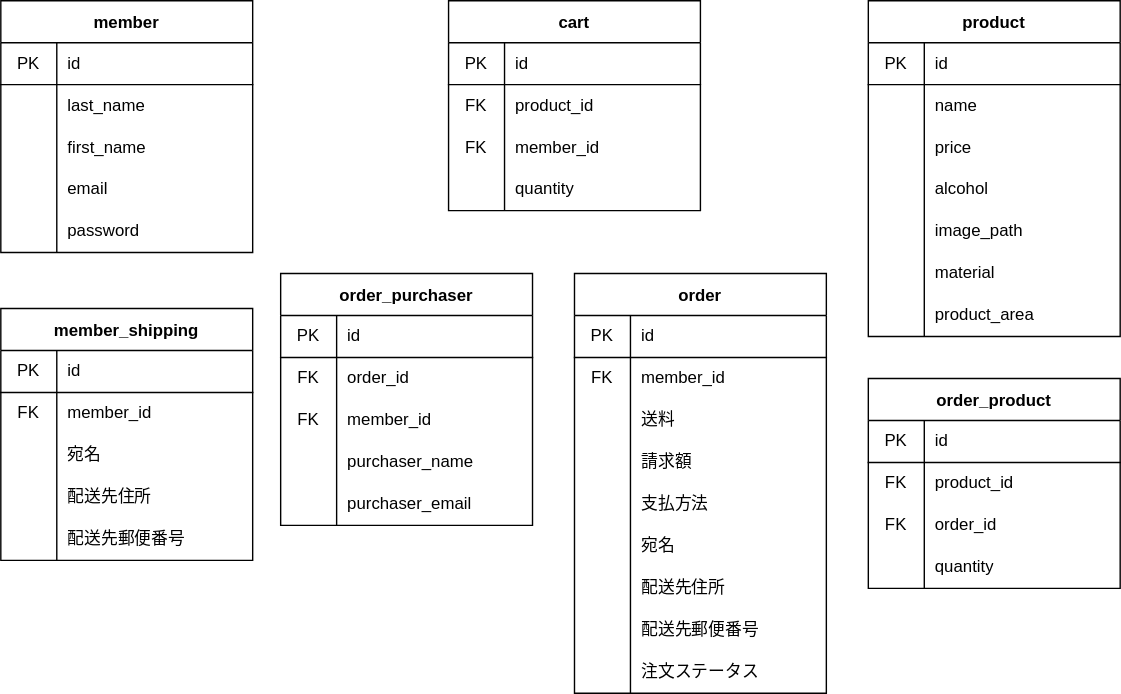
shunjuio/ec_app_nomura keeps this draw.io diagram as ecapp.drawio.svg. Above is the earlier version. Source tidied: cells renumbered, new cells last; positions are measured from the earlier drawing's top-left corner, leaving out a move shared by most shapes.
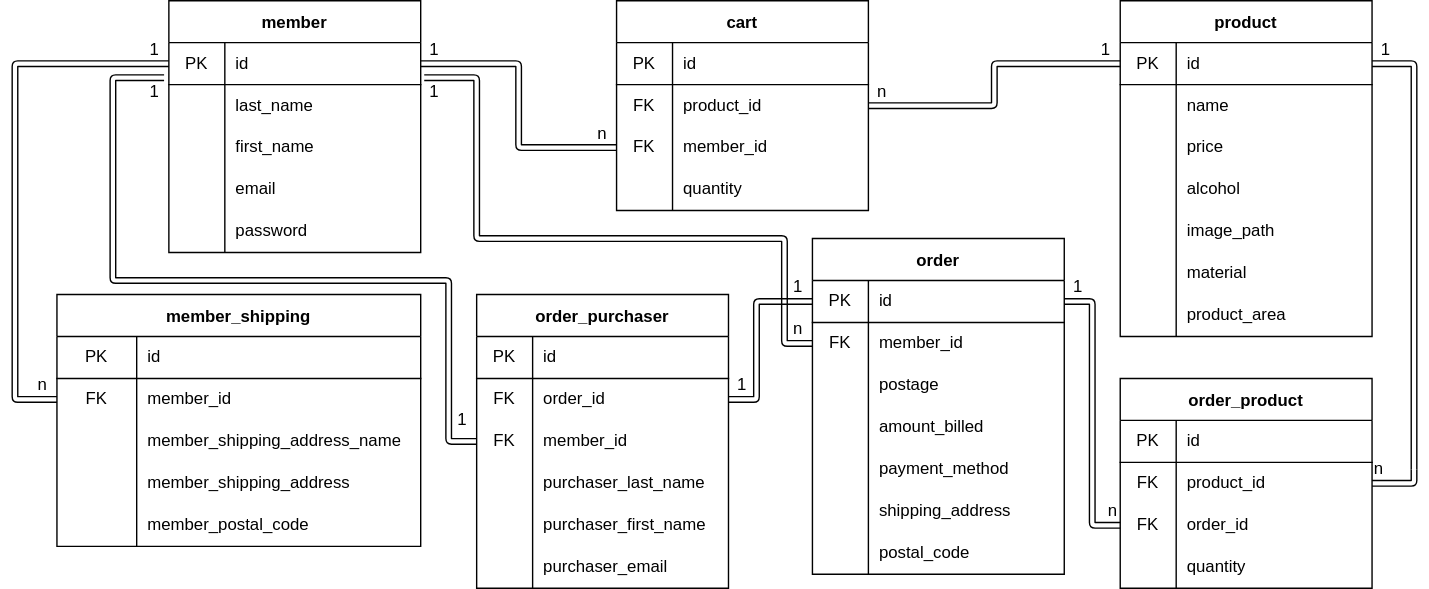
The same diagram one commit later.

Commit message:
completion of ER fig

Diff of the diagram source:
```diff
@@ -92,3 +92,3 @@
     <mxCell id="31" value="product" style="shape=table;startSize=30;rowLines=0;fontStyle=1;align=center;" parent="1" vertex="1">
-      <mxGeometry x="620" width="180" height="240" as="geometry" />
+      <mxGeometry x="680" width="180" height="240" as="geometry" />
     </mxCell>
@@ -158,51 +158,51 @@
     <mxCell id="53" value="member_shipping" style="shape=table;startSize=30;rowLines=0;fontStyle=1;align=center;" parent="1" vertex="1">
-      <mxGeometry y="220" width="180" height="180" as="geometry" />
+      <mxGeometry x="-80" y="210" width="260" height="180" as="geometry" />
     </mxCell>
     <mxCell id="54" style="shape=partialRectangle;html=1;whiteSpace=wrap;fillColor=none;top=0;left=0;bottom=1;right=0;" parent="53" vertex="1">
-      <mxGeometry y="30" width="180" height="30" as="geometry" />
+      <mxGeometry y="30" width="260" height="30" as="geometry" />
     </mxCell>
     <mxCell id="55" value="PK" style="shape=partialRectangle;html=1;whiteSpace=wrap;fillColor=none;top=0;left=0;bottom=0;right=0;overflow=hidden;" parent="54" vertex="1">
-      <mxGeometry width="40" height="30" as="geometry" />
+      <mxGeometry width="57" height="30" as="geometry" />
     </mxCell>
     <mxCell id="56" value="id" style="shape=partialRectangle;html=1;whiteSpace=wrap;fillColor=none;top=0;left=0;bottom=0;right=0;align=left;spacingLeft=6;overflow=hidden;" parent="54" vertex="1">
-      <mxGeometry x="40" width="140" height="30" as="geometry" />
+      <mxGeometry x="57" width="203" height="30" as="geometry" />
     </mxCell>
     <mxCell id="57" style="shape=partialRectangle;html=1;whiteSpace=wrap;fillColor=none;top=0;left=0;bottom=0;right=0;points=[[0,0.5],[1,0.5]];portConstraint=eastwest;" parent="53" vertex="1">
-      <mxGeometry y="60" width="180" height="30" as="geometry" />
+      <mxGeometry y="60" width="260" height="30" as="geometry" />
     </mxCell>
     <mxCell id="58" value="FK" style="shape=partialRectangle;html=1;whiteSpace=wrap;fillColor=none;top=0;left=0;bottom=0;right=0;overflow=hidden;" parent="57" vertex="1">
-      <mxGeometry width="40" height="30" as="geometry" />
+      <mxGeometry width="57" height="30" as="geometry" />
     </mxCell>
     <mxCell id="59" value="member_id" style="shape=partialRectangle;html=1;whiteSpace=wrap;fillColor=none;top=0;left=0;bottom=0;right=0;align=left;spacingLeft=6;overflow=hidden;" parent="57" vertex="1">
-      <mxGeometry x="40" width="140" height="30" as="geometry" />
+      <mxGeometry x="57" width="203" height="30" as="geometry" />
     </mxCell>
-    <mxCell id="60" style="shape=partialRectangle;html=1;whiteSpace=wrap;fillColor=none;top=0;left=0;bottom=0;right=0;" parent="53" vertex="1">
-      <mxGeometry y="90" width="180" height="30" as="geometry" />
-    </mxCell>
-    <mxCell id="61" style="shape=partialRectangle;html=1;whiteSpace=wrap;fillColor=none;top=0;left=0;bottom=0;right=0;overflow=hidden;" parent="60" vertex="1">
-      <mxGeometry width="40" height="30" as="geometry" />
-    </mxCell>
-    <mxCell id="62" value="宛名" style="shape=partialRectangle;html=1;whiteSpace=wrap;fillColor=none;top=0;left=0;bottom=0;right=0;align=left;spacingLeft=6;overflow=hidden;" parent="60" vertex="1">
-      <mxGeometry x="40" width="140" height="30" as="geometry" />
-    </mxCell>
     <mxCell id="63" style="shape=partialRectangle;html=1;whiteSpace=wrap;fillColor=none;top=0;left=0;bottom=0;right=0;" parent="53" vertex="1">
-      <mxGeometry y="120" width="180" height="30" as="geometry" />
+      <mxGeometry y="90" width="260" height="30" as="geometry" />
     </mxCell>
     <mxCell id="64" style="shape=partialRectangle;html=1;whiteSpace=wrap;fillColor=none;top=0;left=0;bottom=0;right=0;overflow=hidden;" parent="63" vertex="1">
-      <mxGeometry width="40" height="30" as="geometry" />
+      <mxGeometry width="57" height="30" as="geometry" />
     </mxCell>
-    <mxCell id="65" value="配送先住所" style="shape=partialRectangle;html=1;whiteSpace=wrap;fillColor=none;top=0;left=0;bottom=0;right=0;align=left;spacingLeft=6;overflow=hidden;" parent="63" vertex="1">
-      <mxGeometry x="40" width="140" height="30" as="geometry" />
+    <mxCell id="65" value="member_shipping_address_name" style="shape=partialRectangle;html=1;whiteSpace=wrap;fillColor=none;top=0;left=0;bottom=0;right=0;align=left;spacingLeft=6;overflow=hidden;" parent="63" vertex="1">
+      <mxGeometry x="57" width="203" height="30" as="geometry" />
     </mxCell>
     <mxCell id="66" style="shape=partialRectangle;html=1;whiteSpace=wrap;fillColor=none;top=0;left=0;bottom=0;right=0;" parent="53" vertex="1">
-      <mxGeometry y="150" width="180" height="30" as="geometry" />
+      <mxGeometry y="120" width="260" height="30" as="geometry" />
     </mxCell>
     <mxCell id="67" style="shape=partialRectangle;html=1;whiteSpace=wrap;fillColor=none;top=0;left=0;bottom=0;right=0;overflow=hidden;" parent="66" vertex="1">
-      <mxGeometry width="40" height="30" as="geometry" />
+      <mxGeometry width="57" height="30" as="geometry" />
     </mxCell>
-    <mxCell id="68" value="配送先郵便番号" style="shape=partialRectangle;html=1;whiteSpace=wrap;fillColor=none;top=0;left=0;bottom=0;right=0;align=left;spacingLeft=6;overflow=hidden;" parent="66" vertex="1">
-      <mxGeometry x="40" width="140" height="30" as="geometry" />
+    <mxCell id="68" value="member_shipping_address" style="shape=partialRectangle;html=1;whiteSpace=wrap;fillColor=none;top=0;left=0;bottom=0;right=0;align=left;spacingLeft=6;overflow=hidden;" parent="66" vertex="1">
+      <mxGeometry x="57" width="203" height="30" as="geometry" />
     </mxCell>
+    <mxCell id="126" style="shape=partialRectangle;html=1;whiteSpace=wrap;fillColor=none;top=0;left=0;bottom=0;right=0;" parent="53" vertex="1">
+      <mxGeometry y="150" width="260" height="30" as="geometry" />
+    </mxCell>
+    <mxCell id="127" style="shape=partialRectangle;html=1;whiteSpace=wrap;fillColor=none;top=0;left=0;bottom=0;right=0;overflow=hidden;" parent="126" vertex="1">
+      <mxGeometry width="57" height="30" as="geometry" />
+    </mxCell>
+    <mxCell id="128" value="member_postal_code" style="shape=partialRectangle;html=1;whiteSpace=wrap;fillColor=none;top=0;left=0;bottom=0;right=0;align=left;spacingLeft=6;overflow=hidden;" parent="126" vertex="1">
+      <mxGeometry x="57" width="203" height="30" as="geometry" />
+    </mxCell>
     <mxCell id="69" value="order" style="shape=table;startSize=30;rowLines=0;fontStyle=1;align=center;" parent="1" vertex="1">
-      <mxGeometry x="410" y="195" width="180" height="300" as="geometry" />
+      <mxGeometry x="460" y="170" width="180" height="240" as="geometry" />
     </mxCell>
@@ -232,3 +232,3 @@
     </mxCell>
-    <mxCell id="78" value="送料" style="shape=partialRectangle;html=1;whiteSpace=wrap;fillColor=none;top=0;left=0;bottom=0;right=0;align=left;spacingLeft=6;overflow=hidden;" parent="76" vertex="1">
+    <mxCell id="78" value="postage" style="shape=partialRectangle;html=1;whiteSpace=wrap;fillColor=none;top=0;left=0;bottom=0;right=0;align=left;spacingLeft=6;overflow=hidden;" parent="76" vertex="1">
       <mxGeometry x="40" width="140" height="30" as="geometry" />
@@ -241,3 +241,3 @@
     </mxCell>
-    <mxCell id="81" value="請求額" style="shape=partialRectangle;html=1;whiteSpace=wrap;fillColor=none;top=0;left=0;bottom=0;right=0;align=left;spacingLeft=6;overflow=hidden;" parent="79" vertex="1">
+    <mxCell id="81" value="amount_billed" style="shape=partialRectangle;html=1;whiteSpace=wrap;fillColor=none;top=0;left=0;bottom=0;right=0;align=left;spacingLeft=6;overflow=hidden;" parent="79" vertex="1">
       <mxGeometry x="40" width="140" height="30" as="geometry" />
@@ -250,16 +250,7 @@
     </mxCell>
-    <mxCell id="84" value="支払方法" style="shape=partialRectangle;html=1;whiteSpace=wrap;fillColor=none;top=0;left=0;bottom=0;right=0;align=left;spacingLeft=6;overflow=hidden;" parent="82" vertex="1">
+    <mxCell id="84" value="payment_method" style="shape=partialRectangle;html=1;whiteSpace=wrap;fillColor=none;top=0;left=0;bottom=0;right=0;align=left;spacingLeft=6;overflow=hidden;" parent="82" vertex="1">
       <mxGeometry x="40" width="140" height="30" as="geometry" />
     </mxCell>
-    <mxCell id="85" style="shape=partialRectangle;html=1;whiteSpace=wrap;fillColor=none;top=0;left=0;bottom=0;right=0;" parent="69" vertex="1">
-      <mxGeometry y="180" width="180" height="30" as="geometry" />
-    </mxCell>
-    <mxCell id="86" style="shape=partialRectangle;html=1;whiteSpace=wrap;fillColor=none;top=0;left=0;bottom=0;right=0;overflow=hidden;" parent="85" vertex="1">
-      <mxGeometry width="40" height="30" as="geometry" />
-    </mxCell>
-    <mxCell id="87" value="宛名" style="shape=partialRectangle;html=1;whiteSpace=wrap;fillColor=none;top=0;left=0;bottom=0;right=0;align=left;spacingLeft=6;overflow=hidden;" parent="85" vertex="1">
-      <mxGeometry x="40" width="140" height="30" as="geometry" />
-    </mxCell>
     <mxCell id="88" style="shape=partialRectangle;html=1;whiteSpace=wrap;fillColor=none;top=0;left=0;bottom=0;right=0;" parent="69" vertex="1">
-      <mxGeometry y="210" width="180" height="30" as="geometry" />
+      <mxGeometry y="180" width="180" height="30" as="geometry" />
     </mxCell>
@@ -268,3 +259,3 @@
     </mxCell>
-    <mxCell id="90" value="配送先住所" style="shape=partialRectangle;html=1;whiteSpace=wrap;fillColor=none;top=0;left=0;bottom=0;right=0;align=left;spacingLeft=6;overflow=hidden;" parent="88" vertex="1">
+    <mxCell id="90" value="shipping_address" style="shape=partialRectangle;html=1;whiteSpace=wrap;fillColor=none;top=0;left=0;bottom=0;right=0;align=left;spacingLeft=6;overflow=hidden;" parent="88" vertex="1">
       <mxGeometry x="40" width="140" height="30" as="geometry" />
@@ -272,3 +263,3 @@
     <mxCell id="91" style="shape=partialRectangle;html=1;whiteSpace=wrap;fillColor=none;top=0;left=0;bottom=0;right=0;" parent="69" vertex="1">
-      <mxGeometry y="240" width="180" height="30" as="geometry" />
+      <mxGeometry y="210" width="180" height="30" as="geometry" />
     </mxCell>
@@ -277,16 +268,7 @@
     </mxCell>
-    <mxCell id="93" value="配送先郵便番号" style="shape=partialRectangle;html=1;whiteSpace=wrap;fillColor=none;top=0;left=0;bottom=0;right=0;align=left;spacingLeft=6;overflow=hidden;" parent="91" vertex="1">
+    <mxCell id="93" value="postal_code" style="shape=partialRectangle;html=1;whiteSpace=wrap;fillColor=none;top=0;left=0;bottom=0;right=0;align=left;spacingLeft=6;overflow=hidden;" parent="91" vertex="1">
       <mxGeometry x="40" width="140" height="30" as="geometry" />
     </mxCell>
-    <mxCell id="94" style="shape=partialRectangle;html=1;whiteSpace=wrap;fillColor=none;top=0;left=0;bottom=0;right=0;" parent="69" vertex="1">
-      <mxGeometry y="270" width="180" height="30" as="geometry" />
-    </mxCell>
-    <mxCell id="95" style="shape=partialRectangle;html=1;whiteSpace=wrap;fillColor=none;top=0;left=0;bottom=0;right=0;overflow=hidden;" parent="94" vertex="1">
-      <mxGeometry width="40" height="30" as="geometry" />
-    </mxCell>
-    <mxCell id="96" value="注文ステータス" style="shape=partialRectangle;html=1;whiteSpace=wrap;fillColor=none;top=0;left=0;bottom=0;right=0;align=left;spacingLeft=6;overflow=hidden;" parent="94" vertex="1">
-      <mxGeometry x="40" width="140" height="30" as="geometry" />
-    </mxCell>
     <mxCell id="97" value="order_purchaser" style="shape=table;startSize=30;rowLines=0;fontStyle=1;align=center;" parent="1" vertex="1">
-      <mxGeometry x="200" y="195" width="180" height="180" as="geometry" />
+      <mxGeometry x="220" y="210" width="180" height="210" as="geometry" />
     </mxCell>
@@ -325,3 +307,3 @@
     </mxCell>
-    <mxCell id="109" value="purchaser_name" style="shape=partialRectangle;html=1;whiteSpace=wrap;fillColor=none;top=0;left=0;bottom=0;right=0;align=left;spacingLeft=6;overflow=hidden;" parent="107" vertex="1">
+    <mxCell id="109" value="purchaser_last_name" style="shape=partialRectangle;html=1;whiteSpace=wrap;fillColor=none;top=0;left=0;bottom=0;right=0;align=left;spacingLeft=6;overflow=hidden;" parent="107" vertex="1">
       <mxGeometry x="40" width="140" height="30" as="geometry" />
@@ -334,7 +316,16 @@
     </mxCell>
-    <mxCell id="112" value="purchaser_email" style="shape=partialRectangle;html=1;whiteSpace=wrap;fillColor=none;top=0;left=0;bottom=0;right=0;align=left;spacingLeft=6;overflow=hidden;" parent="110" vertex="1">
+    <mxCell id="112" value="purchaser_first_name" style="shape=partialRectangle;html=1;whiteSpace=wrap;fillColor=none;top=0;left=0;bottom=0;right=0;align=left;spacingLeft=6;overflow=hidden;" parent="110" vertex="1">
       <mxGeometry x="40" width="140" height="30" as="geometry" />
     </mxCell>
+    <mxCell id="85" style="shape=partialRectangle;html=1;whiteSpace=wrap;fillColor=none;top=0;left=0;bottom=0;right=0;" parent="97" vertex="1">
+      <mxGeometry y="180" width="180" height="30" as="geometry" />
+    </mxCell>
+    <mxCell id="129" style="shape=partialRectangle;html=1;whiteSpace=wrap;fillColor=none;top=0;left=0;bottom=0;right=0;overflow=hidden;" parent="85" vertex="1">
+      <mxGeometry width="40" height="30" as="geometry" />
+    </mxCell>
+    <mxCell id="130" value="purchaser_email" style="shape=partialRectangle;html=1;whiteSpace=wrap;fillColor=none;top=0;left=0;bottom=0;right=0;align=left;spacingLeft=6;overflow=hidden;" parent="85" vertex="1">
+      <mxGeometry x="40" width="140" height="30" as="geometry" />
+    </mxCell>
     <mxCell id="113" value="order_product" style="shape=table;startSize=30;rowLines=0;fontStyle=1;align=center;" parent="1" vertex="1">
-      <mxGeometry x="620" y="270" width="180" height="150" as="geometry" />
+      <mxGeometry x="680" y="270" width="180" height="150" as="geometry" />
     </mxCell>
@@ -376,2 +367,109 @@
     </mxCell>
+    <mxCell id="131" style="edgeStyle=orthogonalEdgeStyle;shape=link;html=1;exitX=1;exitY=0.5;exitDx=0;exitDy=0;entryX=0;entryY=0.5;entryDx=0;entryDy=0;" parent="1" edge="1" source="3" target="25">
+      <mxGeometry relative="1" as="geometry" />
+    </mxCell>
+    <mxCell id="132" value="1" style="text;html=1;strokeColor=none;fillColor=none;align=center;verticalAlign=middle;whiteSpace=wrap;rounded=0;" parent="1" vertex="1">
+      <mxGeometry x="160" y="20" width="60" height="30" as="geometry" />
+    </mxCell>
+    <mxCell id="133" value="n" style="text;html=1;strokeColor=none;fillColor=none;align=center;verticalAlign=middle;whiteSpace=wrap;rounded=0;" parent="1" vertex="1">
+      <mxGeometry x="280" y="80" width="60" height="30" as="geometry" />
+    </mxCell>
+    <mxCell id="134" style="edgeStyle=orthogonalEdgeStyle;shape=link;html=1;exitX=0;exitY=0.5;exitDx=0;exitDy=0;entryX=0;entryY=0.5;entryDx=0;entryDy=0;" parent="1" edge="1" source="57" target="3">
+      <mxGeometry relative="1" as="geometry">
+        <Array as="points">
+          <mxPoint x="-110" y="285" />
+          <mxPoint x="-110" y="45" />
+        </Array>
+      </mxGeometry>
+    </mxCell>
+    <mxCell id="135" value="1" style="text;html=1;strokeColor=none;fillColor=none;align=center;verticalAlign=middle;whiteSpace=wrap;rounded=0;" parent="1" vertex="1">
+      <mxGeometry x="-40" y="20" width="60" height="30" as="geometry" />
+    </mxCell>
+    <mxCell id="136" value="n" style="text;html=1;strokeColor=none;fillColor=none;align=center;verticalAlign=middle;whiteSpace=wrap;rounded=0;" parent="1" vertex="1">
+      <mxGeometry x="-120" y="260" width="60" height="30" as="geometry" />
+    </mxCell>
+    <mxCell id="137" style="edgeStyle=orthogonalEdgeStyle;shape=link;html=1;exitX=1;exitY=0.5;exitDx=0;exitDy=0;entryX=0;entryY=0.5;entryDx=0;entryDy=0;" parent="1" edge="1" source="22" target="32">
+      <mxGeometry relative="1" as="geometry" />
+    </mxCell>
+    <mxCell id="138" value="1" style="text;html=1;strokeColor=none;fillColor=none;align=center;verticalAlign=middle;whiteSpace=wrap;rounded=0;" parent="1" vertex="1">
+      <mxGeometry x="640" y="20" width="60" height="30" as="geometry" />
+    </mxCell>
+    <mxCell id="139" value="n" style="text;html=1;strokeColor=none;fillColor=none;align=center;verticalAlign=middle;whiteSpace=wrap;rounded=0;" parent="1" vertex="1">
+      <mxGeometry x="480" y="50" width="60" height="30" as="geometry" />
+    </mxCell>
+    <mxCell id="140" style="edgeStyle=orthogonalEdgeStyle;shape=link;html=1;exitX=0;exitY=0.5;exitDx=0;exitDy=0;entryX=1.014;entryY=-0.167;entryDx=0;entryDy=0;entryPerimeter=0;" parent="1" edge="1" source="73" target="6">
+      <mxGeometry relative="1" as="geometry">
+        <Array as="points">
+          <mxPoint x="440" y="245" />
+          <mxPoint x="440" y="170" />
+          <mxPoint x="220" y="170" />
+          <mxPoint x="220" y="55" />
+        </Array>
+      </mxGeometry>
+    </mxCell>
+    <mxCell id="141" style="edgeStyle=orthogonalEdgeStyle;shape=link;html=1;exitX=1;exitY=0.5;exitDx=0;exitDy=0;entryX=1;entryY=0.5;entryDx=0;entryDy=0;startArrow=none;" parent="1" edge="1" source="150" target="32">
+      <mxGeometry relative="1" as="geometry">
+        <Array as="points">
+          <mxPoint x="890" y="45" />
+        </Array>
+      </mxGeometry>
+    </mxCell>
+    <mxCell id="142" style="edgeStyle=orthogonalEdgeStyle;shape=link;html=1;exitX=1;exitY=0.5;exitDx=0;exitDy=0;entryX=0;entryY=0.5;entryDx=0;entryDy=0;" parent="1" edge="1" source="70" target="120">
+      <mxGeometry relative="1" as="geometry" />
+    </mxCell>
+    <mxCell id="143" style="edgeStyle=orthogonalEdgeStyle;shape=link;html=1;exitX=1;exitY=0.5;exitDx=0;exitDy=0;entryX=0;entryY=0.5;entryDx=0;entryDy=0;" parent="1" edge="1" source="101" target="70">
+      <mxGeometry relative="1" as="geometry">
+        <Array as="points">
+          <mxPoint x="420" y="285" />
+          <mxPoint x="420" y="215" />
+        </Array>
+      </mxGeometry>
+    </mxCell>
+    <mxCell id="144" style="edgeStyle=orthogonalEdgeStyle;shape=link;html=1;exitX=0;exitY=0.5;exitDx=0;exitDy=0;entryX=-0.019;entryY=0.833;entryDx=0;entryDy=0;entryPerimeter=0;" parent="1" edge="1" source="104" target="3">
+      <mxGeometry relative="1" as="geometry">
+        <Array as="points">
+          <mxPoint x="200" y="315" />
+          <mxPoint x="200" y="200" />
+          <mxPoint x="-40" y="200" />
+          <mxPoint x="-40" y="55" />
+        </Array>
+      </mxGeometry>
+    </mxCell>
+    <mxCell id="145" value="1" style="text;html=1;strokeColor=none;fillColor=none;align=center;verticalAlign=middle;whiteSpace=wrap;rounded=0;" parent="1" vertex="1">
+      <mxGeometry x="620" y="190" width="60" height="30" as="geometry" />
+    </mxCell>
+    <mxCell id="146" value="n" style="text;html=1;strokeColor=none;fillColor=none;align=center;verticalAlign=middle;whiteSpace=wrap;rounded=0;" parent="1" vertex="1">
+      <mxGeometry x="650" y="350" width="50" height="30" as="geometry" />
+    </mxCell>
+    <mxCell id="147" value="1" style="text;html=1;strokeColor=none;fillColor=none;align=center;verticalAlign=middle;whiteSpace=wrap;rounded=0;" parent="1" vertex="1">
+      <mxGeometry x="160" y="50" width="60" height="30" as="geometry" />
+    </mxCell>
+    <mxCell id="148" value="n" style="text;html=1;strokeColor=none;fillColor=none;align=center;verticalAlign=middle;whiteSpace=wrap;rounded=0;" parent="1" vertex="1">
+      <mxGeometry x="420" y="220" width="60" height="30" as="geometry" />
+    </mxCell>
+    <mxCell id="149" value="1" style="text;html=1;strokeColor=none;fillColor=none;align=center;verticalAlign=middle;whiteSpace=wrap;rounded=0;" parent="1" vertex="1">
+      <mxGeometry x="840" y="20" width="60" height="30" as="geometry" />
+    </mxCell>
+    <mxCell id="150" value="&amp;nbsp; n" style="text;html=1;strokeColor=none;fillColor=none;align=center;verticalAlign=middle;whiteSpace=wrap;rounded=0;" parent="1" vertex="1">
+      <mxGeometry x="840" y="320" width="50" height="30" as="geometry" />
+    </mxCell>
+    <mxCell id="151" style="edgeStyle=orthogonalEdgeStyle;shape=link;html=1;exitX=1;exitY=0.5;exitDx=0;exitDy=0;entryX=1;entryY=0.5;entryDx=0;entryDy=0;endArrow=none;" parent="1" edge="1" source="117" target="150">
+      <mxGeometry relative="1" as="geometry">
+        <Array as="points">
+          <mxPoint x="890" y="345" />
+        </Array>
+      </mxGeometry>
+    </mxCell>
+    <mxCell id="152" value="1" style="text;html=1;strokeColor=none;fillColor=none;align=center;verticalAlign=middle;whiteSpace=wrap;rounded=0;" parent="1" vertex="1">
+      <mxGeometry x="-40" y="50" width="60" height="30" as="geometry" />
+    </mxCell>
+    <mxCell id="153" value="1" style="text;html=1;strokeColor=none;fillColor=none;align=center;verticalAlign=middle;whiteSpace=wrap;rounded=0;" parent="1" vertex="1">
+      <mxGeometry x="180" y="285" width="60" height="30" as="geometry" />
+    </mxCell>
+    <mxCell id="154" value="1" style="text;html=1;strokeColor=none;fillColor=none;align=center;verticalAlign=middle;whiteSpace=wrap;rounded=0;" parent="1" vertex="1">
+      <mxGeometry x="380" y="260" width="60" height="30" as="geometry" />
+    </mxCell>
+    <mxCell id="155" value="1" style="text;html=1;strokeColor=none;fillColor=none;align=center;verticalAlign=middle;whiteSpace=wrap;rounded=0;" parent="1" vertex="1">
+      <mxGeometry x="420" y="190" width="60" height="30" as="geometry" />
+    </mxCell>
   </root>
```
